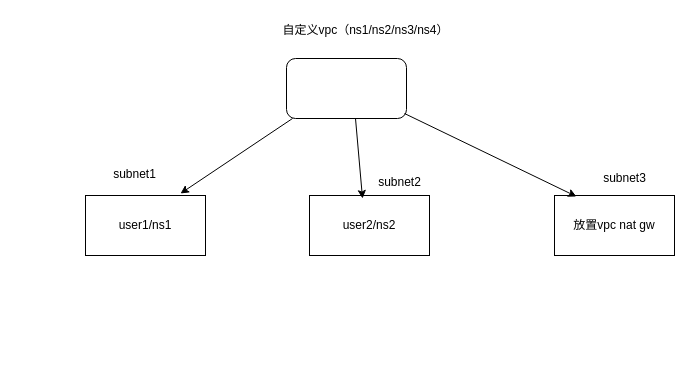
pslzym/advanced-go-programming-book keeps this draw.io diagram as kube-ovn3.drawio. Above is the earlier version. Source tidied: cells renumbered, new cells numbered last; positions are measured from the earlier drawing's top-left corner, leaving out a move shared by most shapes. Both pictures are drawn from the tidied source at 100%, with x=0, y=0 at pixel (85, 17).
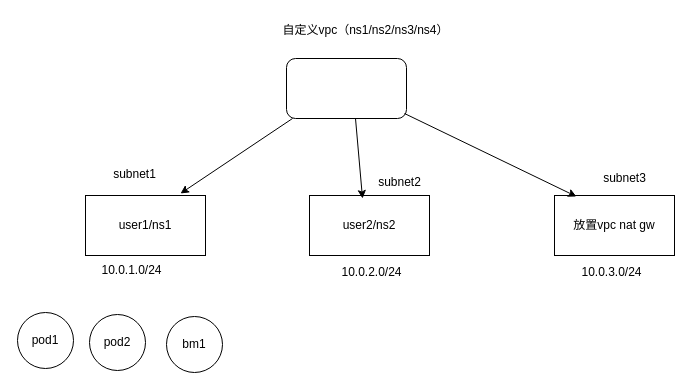
Above is the later version.

The edit, as a diff of the source:
```diff
@@
+    <mxCell id="13" value="10.0.1.0/24" style="text;html=1;align=center;verticalAlign=middle;strokeColor=none;fillColor=none;" parent="1" vertex="1">
+      <mxGeometry x="7" y="240" width="78" height="26" as="geometry" />
+    </mxCell>
+    <mxCell id="14" value="10.0.2.0/24" style="text;html=1;align=center;verticalAlign=middle;strokeColor=none;fillColor=none;" parent="1" vertex="1">
+      <mxGeometry x="247" y="242" width="78" height="26" as="geometry" />
+    </mxCell>
+    <mxCell id="15" value="10.0.3.0/24" style="text;html=1;align=center;verticalAlign=middle;strokeColor=none;fillColor=none;" parent="1" vertex="1">
+      <mxGeometry x="487" y="242" width="78" height="26" as="geometry" />
+    </mxCell>
+    <mxCell id="16" value="pod1" style="ellipse;whiteSpace=wrap;html=1;" parent="1" vertex="1">
+      <mxGeometry x="-68" y="295" width="56" height="56" as="geometry" />
+    </mxCell>
+    <mxCell id="17" value="pod2" style="ellipse;whiteSpace=wrap;html=1;" parent="1" vertex="1">
+      <mxGeometry x="4" y="297" width="56" height="56" as="geometry" />
+    </mxCell>
+    <mxCell id="18" value="bm1" style="ellipse;whiteSpace=wrap;html=1;" parent="1" vertex="1">
+      <mxGeometry x="81" y="299" width="56" height="56" as="geometry" />
+    </mxCell>
```
